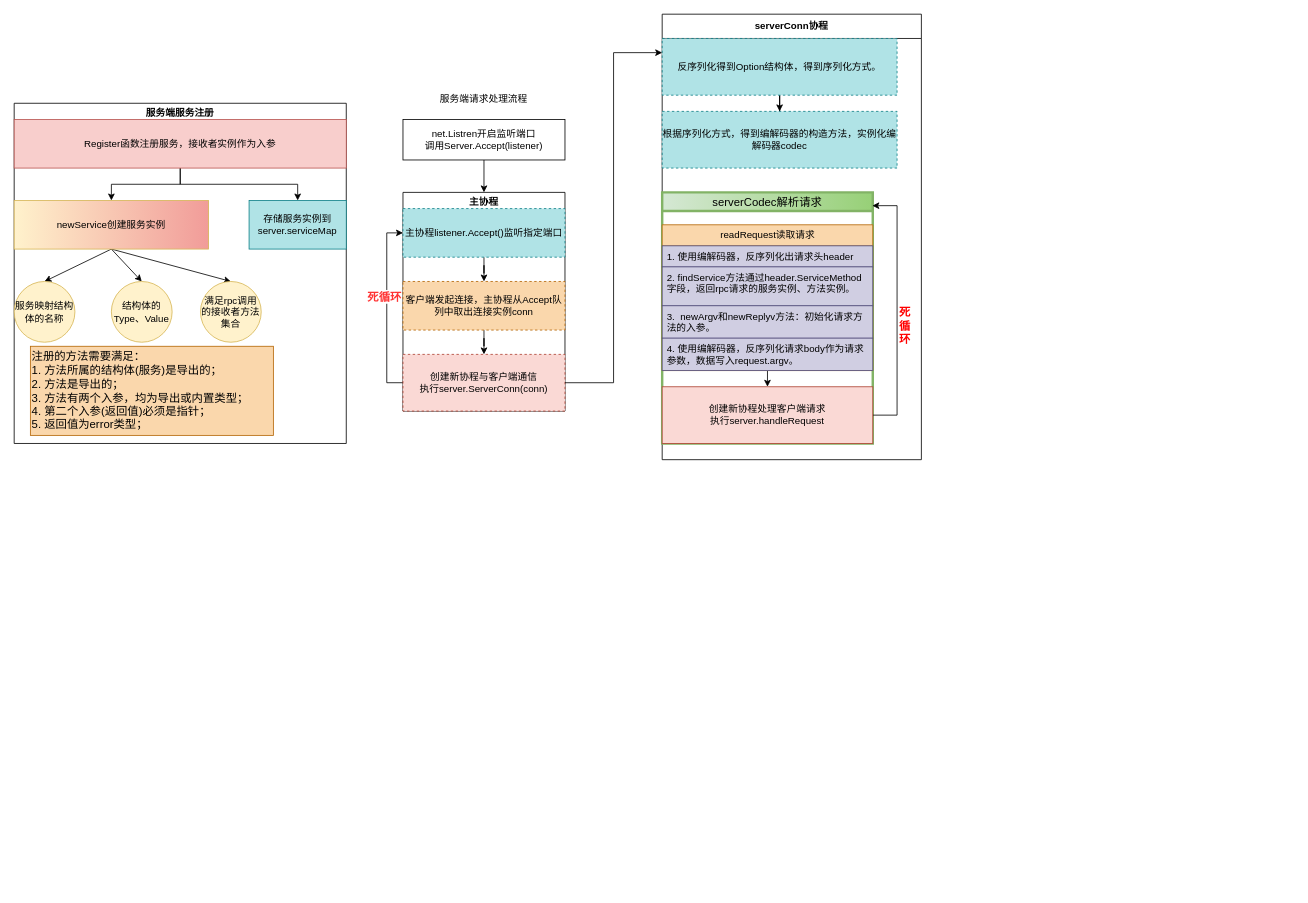
Before: DIY_RPC/DIY_RPC_server.drawio in wsxzei/markdown-photos, a draw.io diagram. Source tidied: cells renumbered, new cells numbered last; positions are measured from the earlier drawing's top-left corner, leaving out a move shared by most shapes. Both pictures are drawn from the tidied source at 81%, with x=0, y=0 at pixel (14, 14).
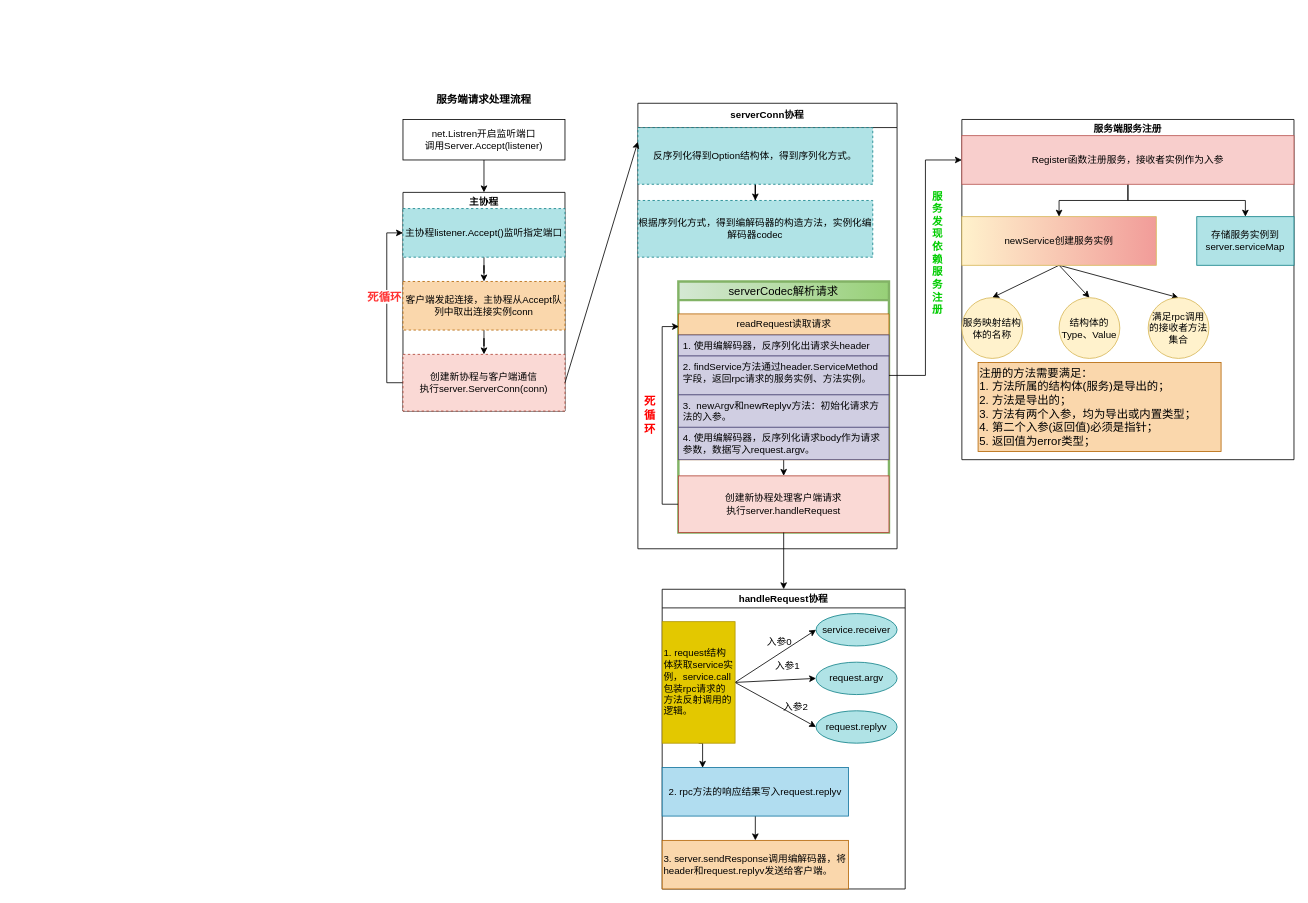
Above is the later version.

The change refers to these unchanged cells:
```xml
<mxCell id="8" value="Register函数注册服务，接收者实例作为入参" style="rounded=0;whiteSpace=wrap;html=1;fillColor=#f8cecc;strokeColor=#b85450;gradientColor=none;gradientDirection=east;" parent="5" vertex="1">
  <mxGeometry y="20" width="410" height="60" as="geometry" />
</mxCell>
<mxCell id="26" value="创建新协程与客户端通信&lt;br&gt;执行server.ServerConn(conn)&lt;br&gt;" style="whiteSpace=wrap;html=1;fontSize=12;gradientDirection=east;fillColor=#fad9d5;strokeColor=#ae4132;dashed=1;" parent="19" vertex="1">
  <mxGeometry y="200" width="200" height="70" as="geometry" />
</mxCell>
<mxCell id="29" value="反序列化得到Option结构体，得到序列化方式。" style="whiteSpace=wrap;html=1;fontSize=12;gradientDirection=east;fillColor=#b0e3e6;strokeColor=#0e8088;dashed=1;" parent="27" vertex="1">
  <mxGeometry y="30" width="290" height="70" as="geometry" />
</mxCell>
<mxCell id="33" value="readRequest读取请求" style="swimlane;fontStyle=0;horizontal=1;startSize=26;fillColor=#fad7ac;html=1;fontSize=12;strokeColor=#b46504;" parent="31" vertex="1">
  <mxGeometry y="40" width="260" height="180" as="geometry" />
</mxCell>
<mxCell id="35" value="2. findService方法通过header.ServiceMethod字段，返回rpc请求的服务实例、方法实例。" style="text;strokeColor=#56517e;fillColor=#d0cee2;align=left;verticalAlign=top;spacingLeft=4;spacingRight=4;overflow=hidden;points=[[0,0.5],[1,0.5]];portConstraint=eastwest;whiteSpace=wrap;html=1;fontSize=12;" parent="33" vertex="1">
  <mxGeometry y="52" width="260" height="48" as="geometry" />
</mxCell>
<mxCell id="39" value="创建新协程处理客户端请求&lt;br&gt;执行server.handleRequest" style="rounded=0;whiteSpace=wrap;html=1;fontSize=12;gradientDirection=east;fillColor=#fad9d5;strokeColor=#ae4132;" parent="31" vertex="1">
  <mxGeometry y="240" width="260" height="70" as="geometry" />
</mxCell>
```

The edit, as a diff of the source:
```diff
@@
-    <mxCell id="4" value="服务端请求处理流程" style="text;html=1;strokeColor=none;fillColor=none;align=center;verticalAlign=middle;whiteSpace=wrap;rounded=0;" parent="1" vertex="1">
+    <mxCell id="4" value="服务端请求处理流程" style="text;html=1;strokeColor=none;fillColor=none;align=center;verticalAlign=middle;whiteSpace=wrap;rounded=0;fontStyle=1;fontSize=13;" parent="1" vertex="1">
       <mxGeometry x="500" y="90" width="160" height="30" as="geometry" />
     </mxCell>
     <mxCell id="5" value="服务端服务注册" style="swimlane;startSize=23;" parent="1" vertex="1">
-      <mxGeometry y="110" width="410" height="420" as="geometry" />
+      <mxGeometry x="1170" y="130" width="410" height="420" as="geometry" />
     </mxCell>
@@
     <mxCell id="27" value="serverConn协程" style="swimlane;whiteSpace=wrap;html=1;fontSize=12;gradientDirection=east;fillColor=none;startSize=30;" parent="1" vertex="1">
-      <mxGeometry x="800" width="320" height="550" as="geometry" />
+      <mxGeometry x="770" y="110" width="320" height="550" as="geometry" />
     </mxCell>
@@
     <mxCell id="31" value="serverCodec解析请求" style="swimlane;whiteSpace=wrap;html=1;fontSize=14;gradientDirection=east;fontStyle=0;fillColor=#d5e8d4;strokeColor=#82b366;gradientColor=#97d077;strokeWidth=3;" parent="27" vertex="1">
-      <mxGeometry y="220" width="260" height="310" as="geometry" />
+      <mxGeometry x="50" y="220" width="260" height="310" as="geometry" />
     </mxCell>
@@
-    <mxCell id="38" style="edgeStyle=orthogonalEdgeStyle;rounded=0;jettySize=auto;html=1;exitX=1;exitY=0.5;exitDx=0;exitDy=0;entryX=0.998;entryY=0.053;entryDx=0;entryDy=0;entryPerimeter=0;fontSize=12;fontColor=#000000;" parent="31" edge="1" source="39" target="31">
-      <mxGeometry relative="1" as="geometry">
-        <Array as="points">
-          <mxPoint x="290" y="275" />
-          <mxPoint x="290" y="16" />
-        </Array>
-      </mxGeometry>
-    </mxCell>
+    <mxCell id="42" style="edgeStyle=orthogonalEdgeStyle;rounded=0;jettySize=auto;html=1;exitX=0;exitY=0.5;exitDx=0;exitDy=0;entryX=0.003;entryY=0.087;entryDx=0;entryDy=0;entryPerimeter=0;" parent="31" edge="1" source="39" target="33">
+      <mxGeometry relative="1" as="geometry" />
+    </mxCell>
@@
     <mxCell id="40" value="死循环" style="text;html=1;strokeColor=none;fillColor=none;align=center;verticalAlign=middle;whiteSpace=wrap;rounded=0;strokeWidth=3;fontSize=14;fontColor=#FF0000;fontStyle=1;" parent="27" vertex="1">
-      <mxGeometry x="290" y="290" width="20" height="190" as="geometry" />
+      <mxGeometry x="5" y="290" width="20" height="190" as="geometry" />
     </mxCell>
-    <mxCell id="41" style="edgeStyle=orthogonalEdgeStyle;rounded=0;jettySize=auto;html=1;exitX=1;exitY=0.5;exitDx=0;exitDy=0;entryX=0;entryY=0.25;entryDx=0;entryDy=0;fontSize=14;fontColor=#FF0000;" parent="1" edge="1" source="26" target="29">
+    <mxCell id="41" style="rounded=0;jettySize=auto;html=1;exitX=1;exitY=0.5;exitDx=0;exitDy=0;entryX=0;entryY=0.25;entryDx=0;entryDy=0;fontSize=14;fontColor=#FF0000;" parent="1" edge="1" source="26" target="29">
       <mxGeometry relative="1" as="geometry" />
     </mxCell>
+    <mxCell id="43" style="edgeStyle=orthogonalEdgeStyle;rounded=0;jettySize=auto;html=1;exitX=1;exitY=0.5;exitDx=0;exitDy=0;entryX=0;entryY=0.5;entryDx=0;entryDy=0;" parent="1" edge="1" source="35" target="8">
+      <mxGeometry relative="1" as="geometry" />
+    </mxCell>
+    <mxCell id="44" value="服务发现依赖服务注册" style="text;html=1;strokeColor=none;fillColor=none;align=center;verticalAlign=middle;whiteSpace=wrap;rounded=0;strokeWidth=3;fontSize=13;fontColor=#00CC00;fontStyle=1;" parent="1" vertex="1">
+      <mxGeometry x="1130" y="200" width="20" height="190" as="geometry" />
+    </mxCell>
+    <mxCell id="45" value="handleRequest协程" style="swimlane;whiteSpace=wrap;html=1;" parent="1" vertex="1">
+      <mxGeometry x="800" y="710" width="300" height="370" as="geometry" />
+    </mxCell>
+    <mxCell id="46" style="rounded=0;jettySize=auto;html=1;exitX=1;exitY=0.5;exitDx=0;exitDy=0;entryX=0;entryY=0.5;entryDx=0;entryDy=0;" parent="45" edge="1" source="50" target="51">
+      <mxGeometry relative="1" as="geometry" />
+    </mxCell>
+    <mxCell id="47" style="rounded=0;jettySize=auto;html=1;exitX=1;exitY=0.5;exitDx=0;exitDy=0;entryX=0;entryY=0.5;entryDx=0;entryDy=0;" parent="45" edge="1" source="50" target="53">
+      <mxGeometry relative="1" as="geometry" />
+    </mxCell>
+    <mxCell id="48" style="rounded=0;jettySize=auto;html=1;exitX=1;exitY=0.5;exitDx=0;exitDy=0;entryX=0;entryY=0.5;entryDx=0;entryDy=0;" parent="45" edge="1" source="50" target="52">
+      <mxGeometry relative="1" as="geometry" />
+    </mxCell>
+    <mxCell id="49" style="edgeStyle=orthogonalEdgeStyle;rounded=0;jettySize=auto;html=1;exitX=0.5;exitY=1;exitDx=0;exitDy=0;entryX=0.217;entryY=0.007;entryDx=0;entryDy=0;entryPerimeter=0;" parent="45" edge="1" source="50" target="58">
+      <mxGeometry relative="1" as="geometry" />
+    </mxCell>
+    <mxCell id="50" value="1. request结构体获取service实例，service.call包装rpc请求的方法反射调用的逻辑。" style="rounded=0;whiteSpace=wrap;html=1;align=left;fillColor=#e3c800;strokeColor=#B09500;fontColor=#000000;" parent="45" vertex="1">
+      <mxGeometry y="40" width="90" height="150" as="geometry" />
+    </mxCell>
+    <mxCell id="51" value="service.receiver" style="ellipse;whiteSpace=wrap;html=1;align=center;fillColor=#b0e3e6;strokeColor=#0e8088;" parent="45" vertex="1">
+      <mxGeometry x="190" y="30" width="100" height="40" as="geometry" />
+    </mxCell>
+    <mxCell id="52" value="request.replyv" style="ellipse;whiteSpace=wrap;html=1;align=center;fillColor=#b0e3e6;strokeColor=#0e8088;" parent="45" vertex="1">
+      <mxGeometry x="190" y="150" width="100" height="40" as="geometry" />
+    </mxCell>
+    <mxCell id="53" value="request.argv" style="ellipse;whiteSpace=wrap;html=1;align=center;fillColor=#b0e3e6;strokeColor=#0e8088;" parent="45" vertex="1">
+      <mxGeometry x="190" y="90" width="100" height="40" as="geometry" />
+    </mxCell>
+    <mxCell id="54" value="入参0" style="text;html=1;strokeColor=none;fillColor=none;align=center;verticalAlign=middle;whiteSpace=wrap;rounded=0;" parent="45" vertex="1">
+      <mxGeometry x="110" y="50" width="70" height="30" as="geometry" />
+    </mxCell>
+    <mxCell id="55" value="入参1" style="text;html=1;strokeColor=none;fillColor=none;align=center;verticalAlign=middle;whiteSpace=wrap;rounded=0;" parent="45" vertex="1">
+      <mxGeometry x="120" y="80" width="70" height="30" as="geometry" />
+    </mxCell>
+    <mxCell id="56" value="入参2" style="text;html=1;strokeColor=none;fillColor=none;align=center;verticalAlign=middle;whiteSpace=wrap;rounded=0;" parent="45" vertex="1">
+      <mxGeometry x="130" y="130" width="70" height="30" as="geometry" />
+    </mxCell>
+    <mxCell id="57" style="edgeStyle=orthogonalEdgeStyle;rounded=0;jettySize=auto;html=1;exitX=0.5;exitY=1;exitDx=0;exitDy=0;entryX=0.5;entryY=0;entryDx=0;entryDy=0;" parent="45" edge="1" source="58" target="59">
+      <mxGeometry relative="1" as="geometry" />
+    </mxCell>
+    <mxCell id="58" value="2. rpc方法的响应结果写入request.replyv" style="rounded=0;whiteSpace=wrap;html=1;fillColor=#b1ddf0;strokeColor=#10739e;" parent="45" vertex="1">
+      <mxGeometry y="220" width="230" height="60" as="geometry" />
+    </mxCell>
+    <mxCell id="59" value="3. server.sendResponse调用编解码器，将header和request.replyv发送给客户端。" style="rounded=0;whiteSpace=wrap;html=1;align=left;fillColor=#fad7ac;strokeColor=#b46504;" parent="45" vertex="1">
+      <mxGeometry y="310" width="230" height="60" as="geometry" />
+    </mxCell>
+    <mxCell id="60" style="edgeStyle=orthogonalEdgeStyle;rounded=0;jettySize=auto;html=1;exitX=0.5;exitY=1;exitDx=0;exitDy=0;" parent="1" edge="1" source="39" target="45">
+      <mxGeometry relative="1" as="geometry" />
+    </mxCell>
```
